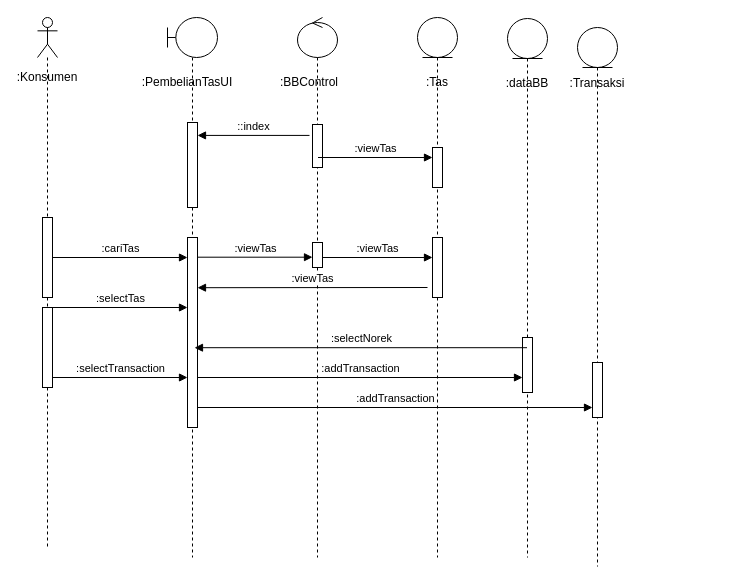
mahesri/uml_ads_sms3 keeps this draw.io diagram as Mini-Proj/Seq-MM.drawio. Above is the earlier version. Source tidied: cells renumbered, new cells numbered last; positions are measured from the earlier drawing's top-left corner, leaving out a move shared by most shapes. Both pictures are drawn from the tidied source at 100%, with x=0, y=0 at pixel (17, 17).
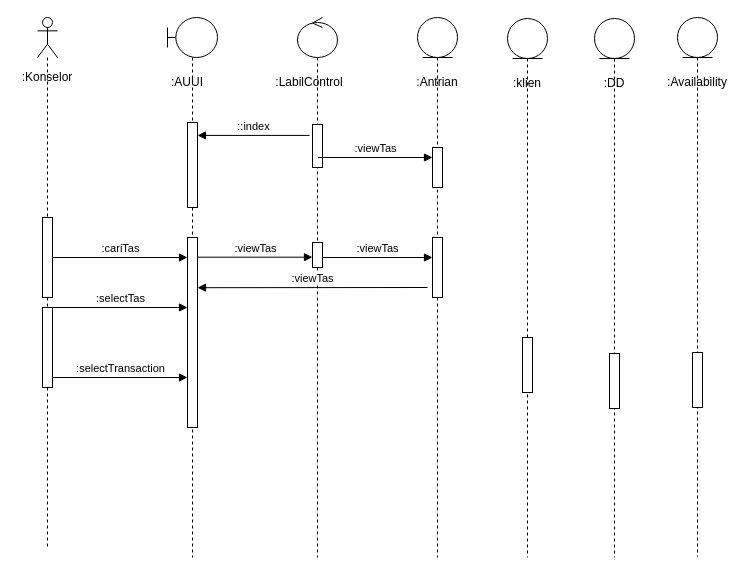
After the change.

Unchanged cells that the change refers to:
```xml
<mxCell id="28" style="shape=umlLifeline;perimeter=lifelinePerimeter;whiteSpace=wrap;html=1;outlineConnect=0;portConstraint=eastwest;newEdgeStyle={&quot;curved&quot;:0,&quot;rounded&quot;:0};participant=umlEntity;" parent="1" vertex="1">
  <mxGeometry x="490" y="1" width="40" height="539" as="geometry" />
</mxCell>
<mxCell id="29" style="html=1;points=[[0,0,0,0,5],[0,1,0,0,-5],[1,0,0,0,5],[1,1,0,0,-5]];perimeter=orthogonalPerimeter;outlineConnect=0;targetShapes=umlLifeline;portConstraint=eastwest;newEdgeStyle={&quot;curved&quot;:0,&quot;rounded&quot;:0};" parent="28" vertex="1">
  <mxGeometry x="15" y="319" width="10" height="55" as="geometry" />
</mxCell>
<mxCell id="32" style="html=1;points=[[0,0,0,0,5],[0,1,0,0,-5],[1,0,0,0,5],[1,1,0,0,-5]];perimeter=orthogonalPerimeter;outlineConnect=0;targetShapes=umlLifeline;portConstraint=eastwest;newEdgeStyle={&quot;curved&quot;:0,&quot;rounded&quot;:0};" parent="31" vertex="1">
  <mxGeometry x="15" y="335" width="10" height="55" as="geometry" />
</mxCell>
```

Change to the diagram source:
```diff
@@
-    <mxCell id="4" value=":PembelianTasUI" style="text;html=1;strokeColor=none;fillColor=none;align=center;verticalAlign=middle;whiteSpace=wrap;rounded=0;" parent="1" vertex="1">
+    <mxCell id="4" value=":AUUI" style="text;html=1;strokeColor=none;fillColor=none;align=center;verticalAlign=middle;whiteSpace=wrap;rounded=0;" parent="1" vertex="1">
       <mxGeometry x="140" y="50" width="60" height="30" as="geometry" />
     </mxCell>
-    <mxCell id="5" value=":BBControl" style="text;html=1;strokeColor=none;fillColor=none;align=center;verticalAlign=middle;whiteSpace=wrap;rounded=0;" parent="1" vertex="1">
+    <mxCell id="5" value=":LabilControl" style="text;html=1;strokeColor=none;fillColor=none;align=center;verticalAlign=middle;whiteSpace=wrap;rounded=0;" parent="1" vertex="1">
       <mxGeometry x="262" y="50" width="60" height="30" as="geometry" />
     </mxCell>
@@
-    <mxCell id="7" value=":Konsumen" style="text;html=1;strokeColor=none;fillColor=none;align=center;verticalAlign=middle;whiteSpace=wrap;rounded=0;" parent="1" vertex="1">
+    <mxCell id="7" value=":Konselor" style="text;html=1;strokeColor=none;fillColor=none;align=center;verticalAlign=middle;whiteSpace=wrap;rounded=0;" parent="1" vertex="1">
       <mxGeometry y="45" width="60" height="30" as="geometry" />
     </mxCell>
@@
-    <mxCell id="13" value=":Transaksi" style="text;html=1;strokeColor=none;fillColor=none;align=center;verticalAlign=middle;whiteSpace=wrap;rounded=0;" parent="1" vertex="1">
-      <mxGeometry x="550" y="51" width="60" height="30" as="geometry" />
+    <mxCell id="13" value=":DD" style="text;html=1;strokeColor=none;fillColor=none;align=center;verticalAlign=middle;whiteSpace=wrap;rounded=0;" parent="1" vertex="1">
+      <mxGeometry x="567" y="51" width="60" height="30" as="geometry" />
     </mxCell>
-    <mxCell id="14" value=":Tas" style="text;html=1;strokeColor=none;fillColor=none;align=center;verticalAlign=middle;whiteSpace=wrap;rounded=0;" parent="1" vertex="1">
+    <mxCell id="14" value=":Antrian" style="text;html=1;strokeColor=none;fillColor=none;align=center;verticalAlign=middle;whiteSpace=wrap;rounded=0;" parent="1" vertex="1">
       <mxGeometry x="390" y="50" width="60" height="30" as="geometry" />
     </mxCell>
@@
-    <mxCell id="30" value=":dataBB" style="text;html=1;strokeColor=none;fillColor=none;align=center;verticalAlign=middle;whiteSpace=wrap;rounded=0;" parent="1" vertex="1">
+    <mxCell id="30" value=":klien" style="text;html=1;strokeColor=none;fillColor=none;align=center;verticalAlign=middle;whiteSpace=wrap;rounded=0;" parent="1" vertex="1">
       <mxGeometry x="480" y="51" width="60" height="30" as="geometry" />
     </mxCell>
     <mxCell id="31" style="shape=umlLifeline;perimeter=lifelinePerimeter;whiteSpace=wrap;html=1;newEdgeStyle={&quot;curved&quot;:0,&quot;rounded&quot;:0};participant=umlEntity;" parent="1" vertex="1">
-      <mxGeometry x="560" y="10" width="40" height="539" as="geometry" />
+      <mxGeometry x="577" y="1" width="40" height="539" as="geometry" />
     </mxCell>
@@
-    <mxCell id="33" value=":addTransaction" style="html=1;verticalAlign=bottom;endArrow=block;curved=0;rounded=0;" parent="1" edge="1" target="32">
-      <mxGeometry relative="1" as="geometry">
-        <mxPoint x="180" y="390" as="sourcePoint" />
-      </mxGeometry>
-    </mxCell>
@@
-    <mxCell id="35" value=":addTransaction" style="html=1;verticalAlign=bottom;endArrow=block;curved=0;rounded=0;" parent="1" edge="1" target="29">
-      <mxGeometry relative="1" as="geometry">
-        <mxPoint x="180" y="360" as="sourcePoint" />
-      </mxGeometry>
-    </mxCell>
-    <mxCell id="36" value=":selectNorek" style="html=1;verticalAlign=bottom;endArrow=block;curved=0;rounded=0;" parent="1" edge="1" source="28">
-      <mxGeometry relative="1" as="geometry">
-        <mxPoint x="177" y="330.2" as="targetPoint" />
-      </mxGeometry>
-    </mxCell>
+    <mxCell id="37" style="shape=umlLifeline;perimeter=lifelinePerimeter;whiteSpace=wrap;html=1;newEdgeStyle={&quot;curved&quot;:0,&quot;rounded&quot;:0};participant=umlEntity;" parent="1" vertex="1">
+      <mxGeometry x="660" width="40" height="539" as="geometry" />
+    </mxCell>
+    <mxCell id="38" style="html=1;perimeter=orthogonalPerimeter;targetShapes=umlLifeline;newEdgeStyle={&quot;curved&quot;:0,&quot;rounded&quot;:0};" parent="37" vertex="1">
+      <mxGeometry x="15" y="335" width="10" height="55" as="geometry" />
+    </mxCell>
+    <mxCell id="39" value=":Availability" style="text;html=1;strokeColor=none;fillColor=none;align=center;verticalAlign=middle;whiteSpace=wrap;rounded=0;" parent="1" vertex="1">
+      <mxGeometry x="650" y="50" width="60" height="30" as="geometry" />
+    </mxCell>
```
